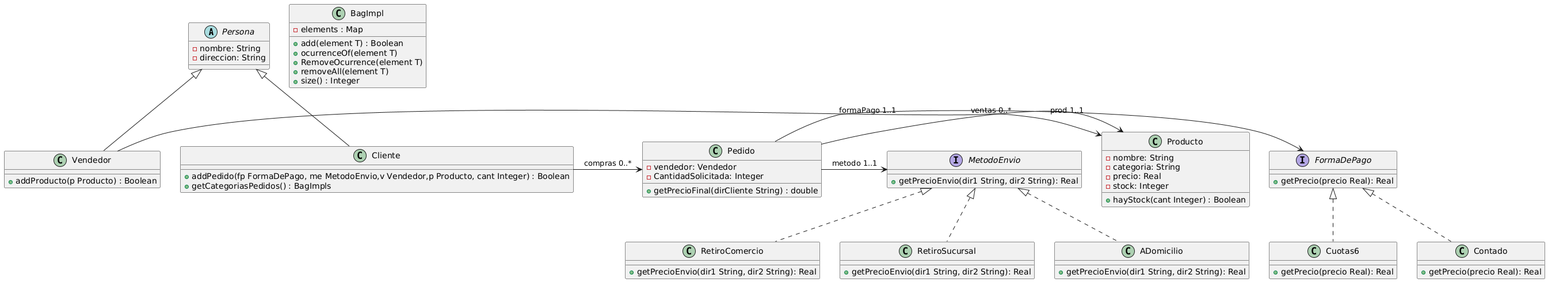
The PlantUML diagram UML/UML23.png in M1CHEL04/OO1, before a commit. The source it was exported from:
```plantuml
@startuml
abstract Class Persona {
-nombre: String
-direccion: String
}

Class Vendedor extends Persona{
+addProducto(p Producto) : Boolean
}

Class Cliente extends Persona{
+addPedido(fp FormaDePago, me MetodoEnvio,v Vendedor,p Producto, cant Integer) : Boolean
+getCategoriasPedidos() : BagImpls

}

Class Producto {
-nombre: String
-categoria: String
-precio: Real
-stock: Integer

+hayStock(cant Integer) : Boolean
}

Class Pedido {
-vendedor: Vendedor
-CantidadSolicitada: Integer

+getPrecioFinal(dirCliente String) : double
}

Interface FormaDePago {
+getPrecio(precio Real): Real
}

Class Contado implements FormaDePago {
+getPrecio(precio Real): Real
}

Class Cuotas6 implements FormaDePago{
+getPrecio(precio Real): Real
}

Interface MetodoEnvio {
+getPrecioEnvio(dir1 String, dir2 String): Real
}

Class RetiroComercio implements MetodoEnvio {
+getPrecioEnvio(dir1 String, dir2 String): Real
}

Class RetiroSucursal implements MetodoEnvio {
+getPrecioEnvio(dir1 String, dir2 String): Real
}

Class ADomicilio implements MetodoEnvio{
+getPrecioEnvio(dir1 String, dir2 String): Real
}

Class BagImpl {
-elements : Map

+add(element T) : Boolean
+ocurrenceOf(element T)
+RemoveOcurrence(element T)
+removeAll(element T)
+size() : Integer

}
Pedido -> FormaDePago : formaPago 1..1
Pedido -> Producto : prod 1..1
Pedido -> MetodoEnvio : metodo 1..1
Vendedor -> Producto : ventas 0..*
Cliente -> Pedido : compras 0..*
@enduml
```
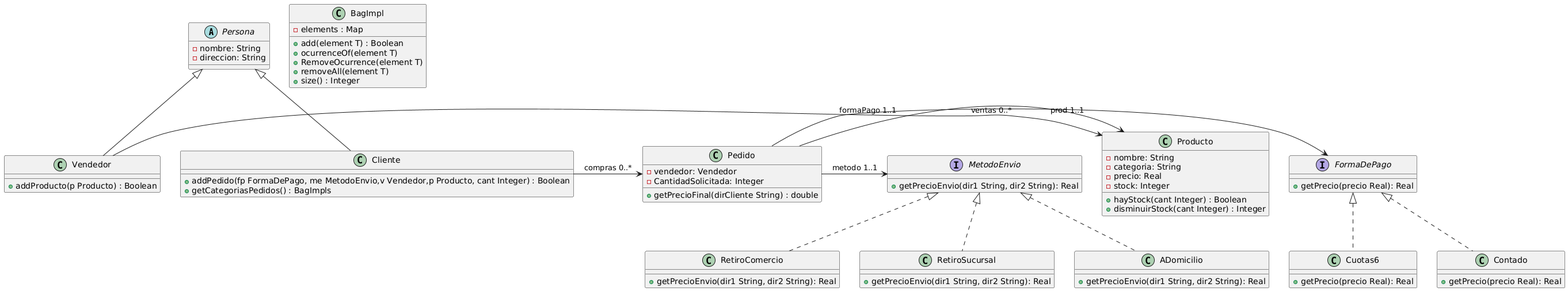
After the commit.

What changed in the source:
```diff
@@ -21,6 +21,7 @@
 -stock: Integer
 
 +hayStock(cant Integer) : Boolean
++disminuirStock(cant Integer) : Integer
 }
 
 Class Pedido {
```
